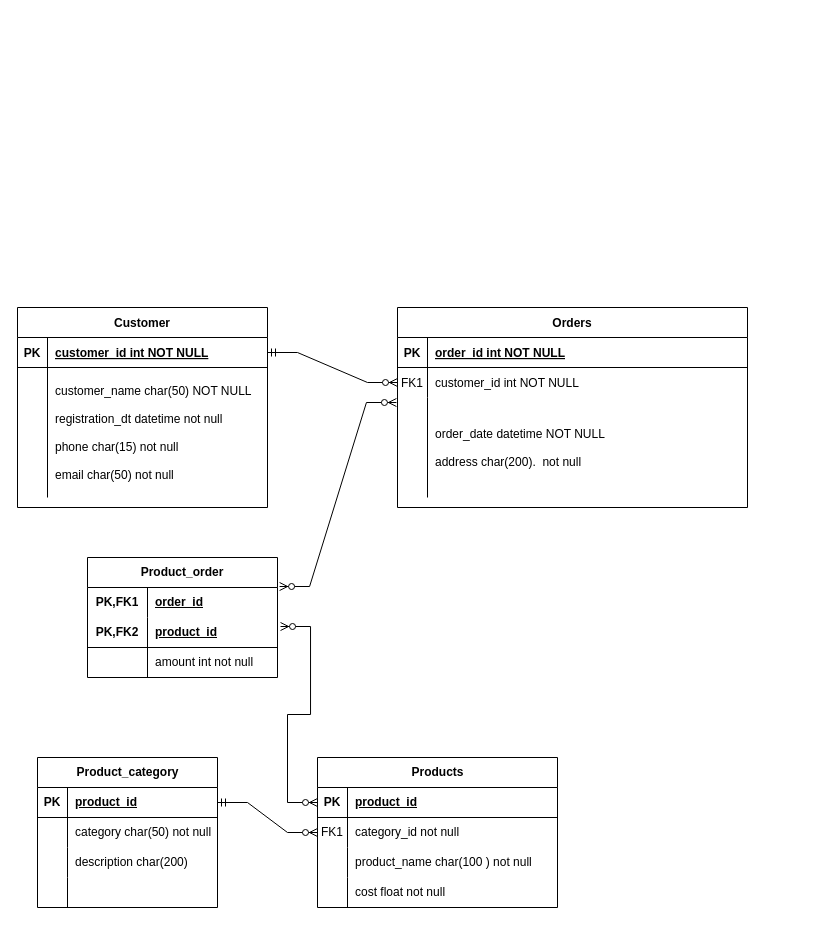
The draw.io diagram components/Core data - logical.drawio in vgnevyshev/dwh, before the edit. Source tidied: cells renumbered, new cells numbered last; positions are measured from the earlier drawing's top-left corner, leaving out a move shared by most shapes. Both pictures are drawn from the tidied source at 100%, with x=0, y=0 at pixel (17, 307).
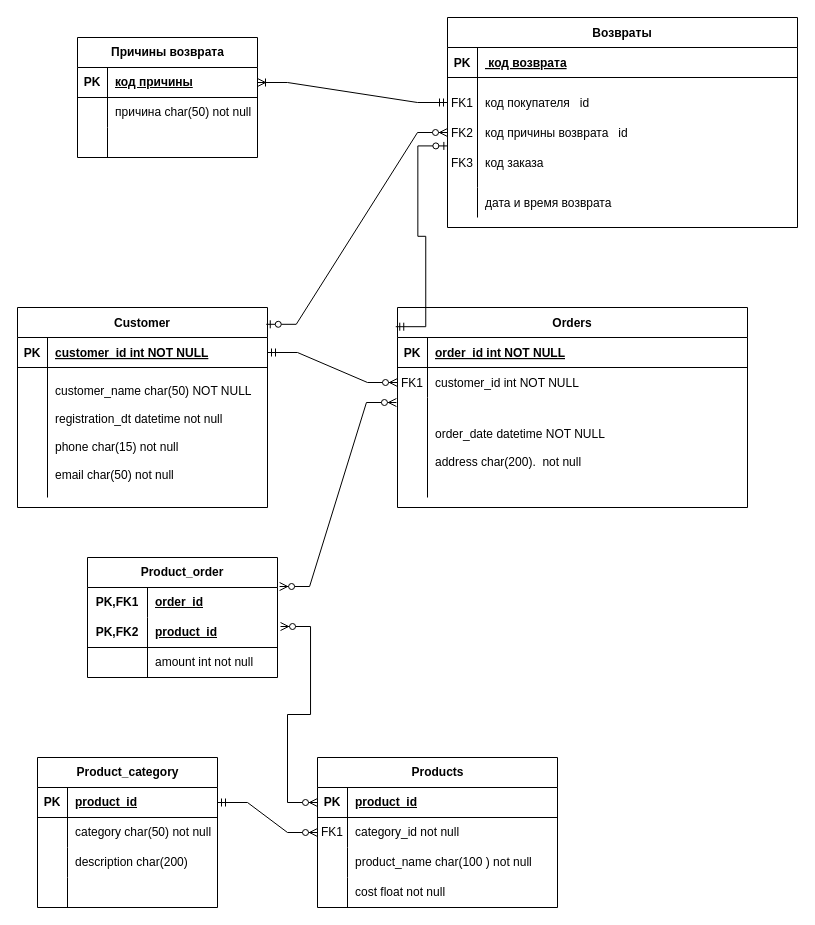
After the change.

Unchanged cells that the change refers to:
```xml
<mxCell id="2" value="Orders" style="shape=table;startSize=30;childLayout=tableLayout;rowLines=0;fontStyle=1;align=center;" parent="1" vertex="1">
  <mxGeometry x="380" width="350" height="200" as="geometry" />
</mxCell>
<mxCell id="12" value="Customer" style="shape=table;startSize=30;childLayout=tableLayout;rowLines=0;fontStyle=1;align=center;" parent="1" vertex="1">
  <mxGeometry width="250" height="200" as="geometry" />
</mxCell>
```

Diff of the diagram source:
```diff
@@
+    <mxCell id="59" value="Возвраты" style="shape=table;startSize=30;childLayout=tableLayout;rowLines=0;fontStyle=1;align=center;" parent="1" vertex="1">
+      <mxGeometry x="430" y="-290" width="350" height="210" as="geometry" />
+    </mxCell>
+    <mxCell id="60" style="shape=partialRectangle;fillColor=none;top=0;left=0;right=0;bottom=1;" parent="59" vertex="1">
+      <mxGeometry y="30" width="350" height="30" as="geometry" />
+    </mxCell>
+    <mxCell id="61" value="PK" style="shape=partialRectangle;overflow=hidden;fillColor=none;top=0;left=0;bottom=0;right=0;fontStyle=1;" parent="60" vertex="1">
+      <mxGeometry width="30" height="30" as="geometry" />
+    </mxCell>
+    <mxCell id="62" value=" код возврата" style="shape=partialRectangle;overflow=hidden;fillColor=none;top=0;left=0;bottom=0;right=0;align=left;spacingLeft=6;fontStyle=5;" parent="60" vertex="1">
+      <mxGeometry x="30" width="320" height="30" as="geometry" />
+    </mxCell>
+    <mxCell id="63" style="shape=partialRectangle;fillColor=none;points=[[0,0.5],[1,0.5]];portConstraint=eastwest;top=0;left=0;right=0;bottom=0;" parent="59" vertex="1">
+      <mxGeometry y="60" width="350" height="110" as="geometry" />
+    </mxCell>
+    <mxCell id="64" value="FK2" style="shape=partialRectangle;overflow=hidden;fillColor=none;top=0;left=0;bottom=0;right=0;" parent="63" vertex="1">
+      <mxGeometry width="30" height="110" as="geometry" />
+    </mxCell>
+    <mxCell id="65" value="код причины возврата   id" style="shape=partialRectangle;overflow=hidden;fillColor=none;top=0;left=0;bottom=0;right=0;align=left;spacingLeft=6;" parent="63" vertex="1">
+      <mxGeometry x="30" width="320" height="110" as="geometry" />
+    </mxCell>
+    <mxCell id="66" style="shape=partialRectangle;fillColor=none;top=0;left=0;right=0;bottom=0;" parent="59" vertex="1">
+      <mxGeometry y="170" width="350" height="30" as="geometry" />
+    </mxCell>
+    <mxCell id="67" style="shape=partialRectangle;overflow=hidden;fillColor=none;top=0;left=0;bottom=0;right=0;" parent="66" vertex="1">
+      <mxGeometry width="30" height="30" as="geometry" />
+    </mxCell>
+    <mxCell id="68" value="дата и время возврата" style="shape=partialRectangle;overflow=hidden;fillColor=none;top=0;left=0;bottom=0;right=0;align=left;spacingLeft=6;" parent="66" vertex="1">
+      <mxGeometry x="30" width="320" height="30" as="geometry" />
+    </mxCell>
+    <mxCell id="69" value="Причины возврата" style="shape=table;startSize=30;childLayout=tableLayout;rowLines=0;fontStyle=1;align=center;html=1;" parent="1" vertex="1">
+      <mxGeometry x="60" y="-270" width="180" height="120" as="geometry" />
+    </mxCell>
+    <mxCell id="70" style="shape=tableRow;horizontal=0;startSize=0;swimlaneHead=0;swimlaneBody=0;fillColor=none;points=[[0,0.5],[1,0.5]];portConstraint=eastwest;top=0;left=0;right=0;bottom=1;" parent="69" vertex="1">
+      <mxGeometry y="30" width="180" height="30" as="geometry" />
+    </mxCell>
+    <mxCell id="71" value="PK" style="shape=partialRectangle;fillColor=none;top=0;left=0;bottom=0;right=0;fontStyle=1;overflow=hidden;whiteSpace=wrap;html=1;" parent="70" vertex="1">
+      <mxGeometry width="30" height="30" as="geometry" />
+    </mxCell>
+    <mxCell id="72" value="код причины" style="shape=partialRectangle;fillColor=none;top=0;left=0;bottom=0;right=0;align=left;spacingLeft=6;fontStyle=5;overflow=hidden;whiteSpace=wrap;html=1;" parent="70" vertex="1">
+      <mxGeometry x="30" width="150" height="30" as="geometry" />
+    </mxCell>
+    <mxCell id="73" style="shape=tableRow;horizontal=0;startSize=0;swimlaneHead=0;swimlaneBody=0;fillColor=none;top=0;left=0;right=0;bottom=0;" parent="69" vertex="1">
+      <mxGeometry y="60" width="180" height="30" as="geometry" />
+    </mxCell>
+    <mxCell id="74" style="shape=partialRectangle;fillColor=none;top=0;left=0;bottom=0;right=0;overflow=hidden;whiteSpace=wrap;html=1;" parent="73" vertex="1">
+      <mxGeometry width="30" height="30" as="geometry" />
+    </mxCell>
+    <mxCell id="75" value="причина char(50) not null" style="shape=partialRectangle;fillColor=none;top=0;left=0;bottom=0;right=0;align=left;spacingLeft=6;overflow=hidden;whiteSpace=wrap;html=1;" parent="73" vertex="1">
+      <mxGeometry x="30" width="150" height="30" as="geometry" />
+    </mxCell>
+    <mxCell id="76" style="shape=tableRow;horizontal=0;startSize=0;swimlaneHead=0;swimlaneBody=0;fillColor=none;top=0;left=0;right=0;bottom=0;" parent="69" vertex="1">
+      <mxGeometry y="90" width="180" height="30" as="geometry" />
+    </mxCell>
+    <mxCell id="77" style="shape=partialRectangle;fillColor=none;top=0;left=0;bottom=0;right=0;overflow=hidden;whiteSpace=wrap;html=1;" parent="76" vertex="1">
+      <mxGeometry width="30" height="30" as="geometry" />
+    </mxCell>
+    <mxCell id="78" style="shape=partialRectangle;fillColor=none;top=0;left=0;bottom=0;right=0;align=left;spacingLeft=6;overflow=hidden;whiteSpace=wrap;html=1;" parent="76" vertex="1">
+      <mxGeometry x="30" width="150" height="30" as="geometry" />
+    </mxCell>
+    <mxCell id="79" style="shape=partialRectangle;fillColor=none;points=[[0,0.5],[1,0.5]];portConstraint=eastwest;top=0;left=0;right=0;bottom=0;" parent="1" vertex="1">
+      <mxGeometry x="430" y="-220" width="350" height="30" as="geometry" />
+    </mxCell>
+    <mxCell id="80" value="FK1" style="shape=partialRectangle;overflow=hidden;fillColor=none;top=0;left=0;bottom=0;right=0;" parent="79" vertex="1">
+      <mxGeometry width="30" height="30" as="geometry" />
+    </mxCell>
+    <mxCell id="81" value="код покупателя   id" style="shape=partialRectangle;overflow=hidden;fillColor=none;top=0;left=0;bottom=0;right=0;align=left;spacingLeft=6;" parent="79" vertex="1">
+      <mxGeometry x="30" width="320" height="30" as="geometry" />
+    </mxCell>
+    <mxCell id="82" style="shape=partialRectangle;fillColor=none;top=0;left=0;right=0;bottom=0;" parent="1" vertex="1">
+      <mxGeometry x="430" y="-160" width="350" height="30" as="geometry" />
+    </mxCell>
+    <mxCell id="83" value="FK3" style="shape=partialRectangle;overflow=hidden;fillColor=none;top=0;left=0;bottom=0;right=0;" parent="82" vertex="1">
+      <mxGeometry width="30" height="30" as="geometry" />
+    </mxCell>
+    <mxCell id="84" value="код заказа" style="shape=partialRectangle;overflow=hidden;fillColor=none;top=0;left=0;bottom=0;right=0;align=left;spacingLeft=6;" parent="82" vertex="1">
+      <mxGeometry x="30" width="320" height="30" as="geometry" />
+    </mxCell>
+    <mxCell id="85" style="edgeStyle=entityRelationEdgeStyle;fontSize=12;html=1;endArrow=ERoneToMany;startArrow=ERmandOne;rounded=0;entryX=1;entryY=0.5;entryDx=0;entryDy=0;exitX=0;exitY=0.5;exitDx=0;exitDy=0;" parent="1" edge="1" source="79" target="70">
+      <mxGeometry relative="1" as="geometry" />
+    </mxCell>
+    <mxCell id="86" style="edgeStyle=entityRelationEdgeStyle;fontSize=12;html=1;endArrow=ERzeroToOne;startArrow=ERmandOne;rounded=0;exitX=-0.005;exitY=0.096;exitDx=0;exitDy=0;entryX=0.001;entryY=0.622;entryDx=0;entryDy=0;entryPerimeter=0;exitPerimeter=0;" parent="1" edge="1" source="2" target="63">
+      <mxGeometry relative="1" as="geometry" />
+    </mxCell>
+    <mxCell id="87" style="edgeStyle=entityRelationEdgeStyle;fontSize=12;html=1;endArrow=ERzeroToMany;startArrow=ERzeroToOne;rounded=0;entryX=0;entryY=0.5;entryDx=0;entryDy=0;exitX=0.995;exitY=0.084;exitDx=0;exitDy=0;exitPerimeter=0;" parent="1" edge="1" source="12" target="63">
+      <mxGeometry relative="1" as="geometry" />
+    </mxCell>
```
